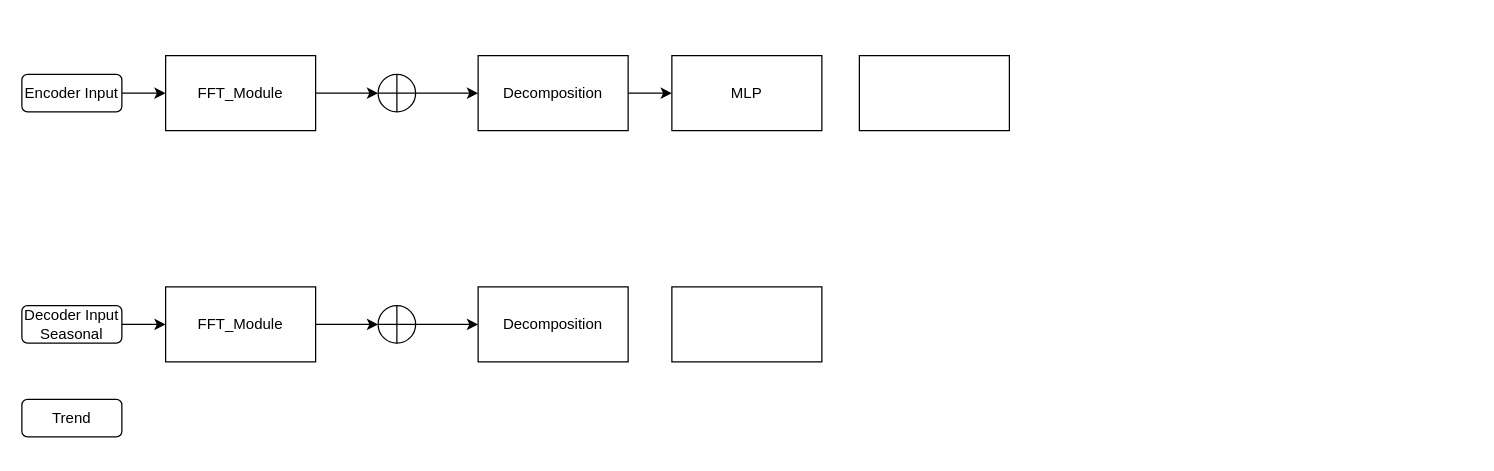
Earlier version of the draw.io diagram 未命名绘图.drawio (LPtrichor/draw_test). Source tidied: cells renumbered, new cells numbered last; positions are measured from the earlier drawing's top-left corner, leaving out a move shared by most shapes. Both pictures are drawn from the tidied source at 125%, with x=0, y=0 at pixel (21, 55).
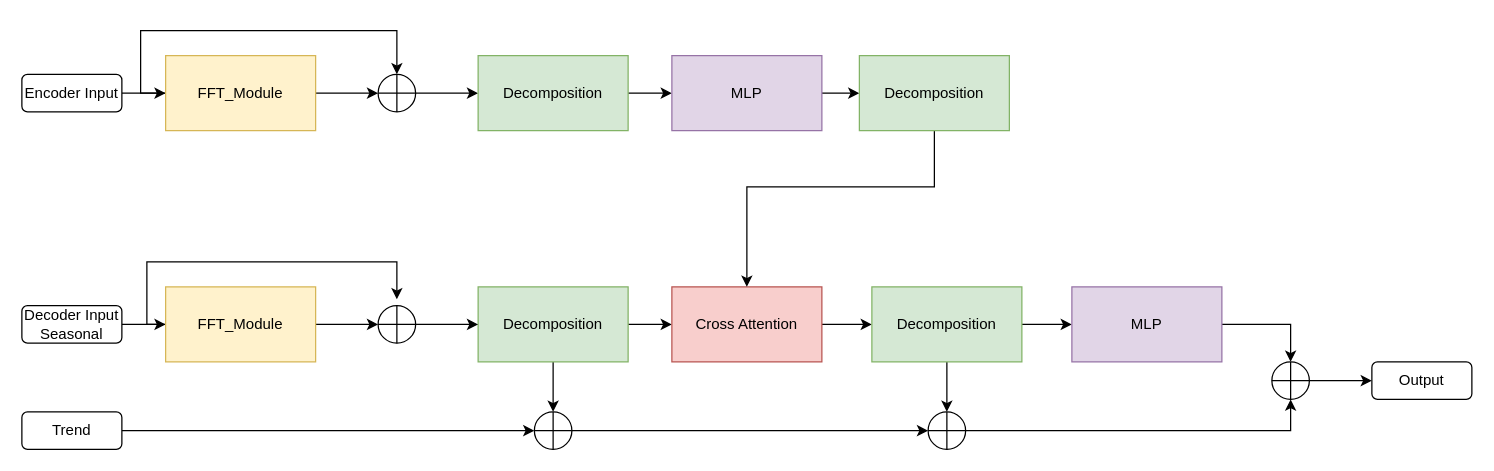
The same page after the edit.

Unchanged cells that the change refers to:
```xml
<mxCell id="10" style="verticalLabelPosition=bottom;verticalAlign=top;html=1;shape=mxgraph.flowchart.summing_function;gradientColor=none;" parent="1" vertex="1">
  <mxGeometry x="285" y="15" width="30" height="30" as="geometry" />
</mxCell>
```

The edit, as a diff of the source:
```diff
@@
+    <mxCell id="21" style="edgeStyle=orthogonalEdgeStyle;rounded=0;jettySize=auto;html=1;entryX=0;entryY=0.5;entryDx=0;entryDy=0;entryPerimeter=0;" parent="1" edge="1" source="6" target="30">
+      <mxGeometry relative="1" as="geometry" />
+    </mxCell>
     <mxCell id="6" value="Trend" style="rounded=1;whiteSpace=wrap;html=1;" parent="1" vertex="1">
-      <mxGeometry y="275" width="80" height="30" as="geometry" />
+      <mxGeometry y="285" width="80" height="30" as="geometry" />
     </mxCell>
@@
+    <mxCell id="22" style="edgeStyle=orthogonalEdgeStyle;rounded=0;jettySize=auto;html=1;entryX=0.5;entryY=0;entryDx=0;entryDy=0;entryPerimeter=0;" parent="1" edge="1" source="8" target="10">
+      <mxGeometry relative="1" as="geometry">
+        <Array as="points">
+          <mxPoint x="95" y="30" />
+          <mxPoint x="95" y="-20" />
+          <mxPoint x="300" y="-20" />
+        </Array>
+      </mxGeometry>
+    </mxCell>
-    <mxCell id="8" value="FFT_Module" style="rounded=0;whiteSpace=wrap;html=1;" parent="1" vertex="1">
+    <mxCell id="8" value="FFT_Module" style="rounded=0;whiteSpace=wrap;html=1;fillColor=#fff2cc;strokeColor=#d6b656;" parent="1" vertex="1">
       <mxGeometry x="115" width="120" height="60" as="geometry" />
     </mxCell>
@@
-    <mxCell id="12" value="Decomposition" style="rounded=0;whiteSpace=wrap;html=1;" parent="1" vertex="1">
+    <mxCell id="12" value="Decomposition" style="rounded=0;whiteSpace=wrap;html=1;fillColor=#d5e8d4;strokeColor=#82b366;" parent="1" vertex="1">
       <mxGeometry x="365" width="120" height="60" as="geometry" />
     </mxCell>
+    <mxCell id="23" style="edgeStyle=orthogonalEdgeStyle;rounded=0;jettySize=auto;html=1;" parent="1" edge="1" source="13" target="20">
+      <mxGeometry relative="1" as="geometry" />
+    </mxCell>
-    <mxCell id="13" value="MLP" style="rounded=0;whiteSpace=wrap;html=1;" parent="1" vertex="1">
+    <mxCell id="13" value="MLP" style="rounded=0;whiteSpace=wrap;html=1;fillColor=#e1d5e7;strokeColor=#9673a6;" parent="1" vertex="1">
       <mxGeometry x="520" width="120" height="60" as="geometry" />
     </mxCell>
@@
+    <mxCell id="24" style="edgeStyle=orthogonalEdgeStyle;rounded=0;jettySize=auto;html=1;" parent="1" edge="1" source="15">
+      <mxGeometry relative="1" as="geometry">
+        <mxPoint x="300" y="195" as="targetPoint" />
+        <Array as="points">
+          <mxPoint x="100" y="215" />
+          <mxPoint x="100" y="165" />
+          <mxPoint x="300" y="165" />
+        </Array>
+      </mxGeometry>
+    </mxCell>
-    <mxCell id="15" value="FFT_Module" style="rounded=0;whiteSpace=wrap;html=1;" parent="1" vertex="1">
+    <mxCell id="15" value="FFT_Module" style="rounded=0;whiteSpace=wrap;html=1;fillColor=#fff2cc;strokeColor=#d6b656;" parent="1" vertex="1">
       <mxGeometry x="115" y="185" width="120" height="60" as="geometry" />
     </mxCell>
+    <mxCell id="25" style="edgeStyle=orthogonalEdgeStyle;rounded=0;jettySize=auto;html=1;" parent="1" edge="1" source="16" target="17">
+      <mxGeometry relative="1" as="geometry" />
+    </mxCell>
+    <mxCell id="26" style="edgeStyle=orthogonalEdgeStyle;rounded=0;jettySize=auto;html=1;" parent="1" edge="1" source="16" target="30">
+      <mxGeometry relative="1" as="geometry" />
+    </mxCell>
-    <mxCell id="16" value="Decomposition" style="rounded=0;whiteSpace=wrap;html=1;" parent="1" vertex="1">
+    <mxCell id="16" value="Decomposition" style="rounded=0;whiteSpace=wrap;html=1;fillColor=#d5e8d4;strokeColor=#82b366;" parent="1" vertex="1">
       <mxGeometry x="365" y="185" width="120" height="60" as="geometry" />
     </mxCell>
+    <mxCell id="27" style="edgeStyle=orthogonalEdgeStyle;rounded=0;jettySize=auto;html=1;" parent="1" edge="1" source="17" target="33">
+      <mxGeometry relative="1" as="geometry" />
+    </mxCell>
-    <mxCell id="17" style="rounded=0;whiteSpace=wrap;html=1;" parent="1" vertex="1">
+    <mxCell id="17" value="Cross Attention" style="rounded=0;whiteSpace=wrap;html=1;fillColor=#f8cecc;strokeColor=#b85450;" parent="1" vertex="1">
       <mxGeometry x="520" y="185" width="120" height="60" as="geometry" />
     </mxCell>
@@
+    <mxCell id="28" style="edgeStyle=orthogonalEdgeStyle;rounded=0;jettySize=auto;html=1;entryX=0.5;entryY=0;entryDx=0;entryDy=0;" parent="1" edge="1" source="20" target="17">
+      <mxGeometry relative="1" as="geometry">
+        <Array as="points">
+          <mxPoint x="730" y="105" />
+          <mxPoint x="580" y="105" />
+        </Array>
+      </mxGeometry>
+    </mxCell>
-    <mxCell id="20" style="rounded=0;whiteSpace=wrap;html=1;" parent="1" vertex="1">
+    <mxCell id="20" value="Decomposition" style="rounded=0;whiteSpace=wrap;html=1;fillColor=#d5e8d4;strokeColor=#82b366;" parent="1" vertex="1">
       <mxGeometry x="670" width="120" height="60" as="geometry" />
     </mxCell>
+    <mxCell id="29" style="edgeStyle=orthogonalEdgeStyle;rounded=0;jettySize=auto;html=1;entryX=0;entryY=0.5;entryDx=0;entryDy=0;entryPerimeter=0;" parent="1" edge="1" source="30" target="37">
+      <mxGeometry relative="1" as="geometry" />
+    </mxCell>
+    <mxCell id="30" style="verticalLabelPosition=bottom;verticalAlign=top;html=1;shape=mxgraph.flowchart.summing_function;gradientColor=none;" parent="1" vertex="1">
+      <mxGeometry x="410" y="285" width="30" height="30" as="geometry" />
+    </mxCell>
+    <mxCell id="31" style="edgeStyle=orthogonalEdgeStyle;rounded=0;jettySize=auto;html=1;" parent="1" edge="1" source="33" target="37">
+      <mxGeometry relative="1" as="geometry" />
+    </mxCell>
+    <mxCell id="32" style="edgeStyle=orthogonalEdgeStyle;rounded=0;jettySize=auto;html=1;" parent="1" edge="1" source="33" target="35">
+      <mxGeometry relative="1" as="geometry" />
+    </mxCell>
+    <mxCell id="33" value="Decomposition" style="rounded=0;whiteSpace=wrap;html=1;fillColor=#d5e8d4;strokeColor=#82b366;" parent="1" vertex="1">
+      <mxGeometry x="680" y="185" width="120" height="60" as="geometry" />
+    </mxCell>
+    <mxCell id="34" style="edgeStyle=orthogonalEdgeStyle;rounded=0;jettySize=auto;html=1;entryX=0.5;entryY=0;entryDx=0;entryDy=0;entryPerimeter=0;" parent="1" edge="1" source="35" target="39">
+      <mxGeometry relative="1" as="geometry" />
+    </mxCell>
+    <mxCell id="35" value="MLP" style="rounded=0;whiteSpace=wrap;html=1;fillColor=#e1d5e7;strokeColor=#9673a6;" parent="1" vertex="1">
+      <mxGeometry x="840" y="185" width="120" height="60" as="geometry" />
+    </mxCell>
+    <mxCell id="36" style="edgeStyle=orthogonalEdgeStyle;rounded=0;jettySize=auto;html=1;entryX=0.5;entryY=1;entryDx=0;entryDy=0;entryPerimeter=0;" parent="1" edge="1" source="37" target="39">
+      <mxGeometry relative="1" as="geometry" />
+    </mxCell>
+    <mxCell id="37" style="verticalLabelPosition=bottom;verticalAlign=top;html=1;shape=mxgraph.flowchart.summing_function;gradientColor=none;" parent="1" vertex="1">
+      <mxGeometry x="725" y="285" width="30" height="30" as="geometry" />
+    </mxCell>
+    <mxCell id="38" style="edgeStyle=orthogonalEdgeStyle;rounded=0;jettySize=auto;html=1;" parent="1" edge="1" source="39">
+      <mxGeometry relative="1" as="geometry">
+        <mxPoint x="1080" y="260" as="targetPoint" />
+      </mxGeometry>
+    </mxCell>
+    <mxCell id="39" style="verticalLabelPosition=bottom;verticalAlign=top;html=1;shape=mxgraph.flowchart.summing_function;gradientColor=none;" parent="1" vertex="1">
+      <mxGeometry x="1000" y="245" width="30" height="30" as="geometry" />
+    </mxCell>
+    <mxCell id="40" value="Output" style="rounded=1;whiteSpace=wrap;html=1;" parent="1" vertex="1">
+      <mxGeometry x="1080" y="245" width="80" height="30" as="geometry" />
+    </mxCell>
```
